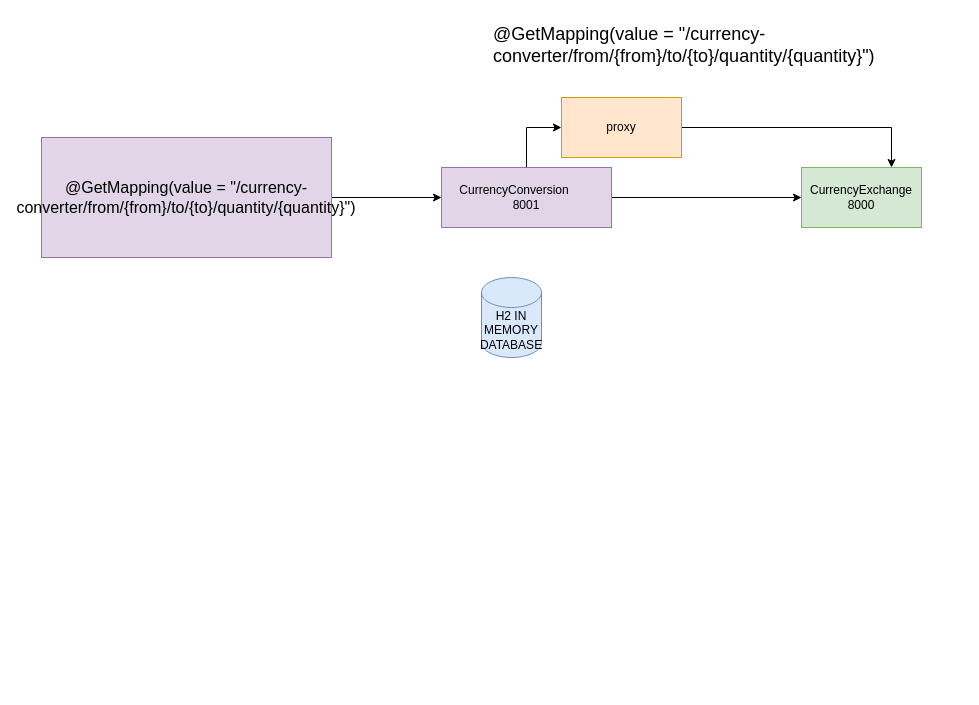
Above: page "COORDINATING MICROSERVICES" (2 of 2) of diagrams/aws-microservices.drawio in ASC17JU2024/ASCGITHUB (draw.io), before the change. Source tidied: cells renumbered, new cells numbered last; positions are measured from the earlier drawing's top-left corner, leaving out a move shared by most shapes. Both pictures are drawn from the tidied source at 100%, with x=0, y=0 at pixel (41, 17).
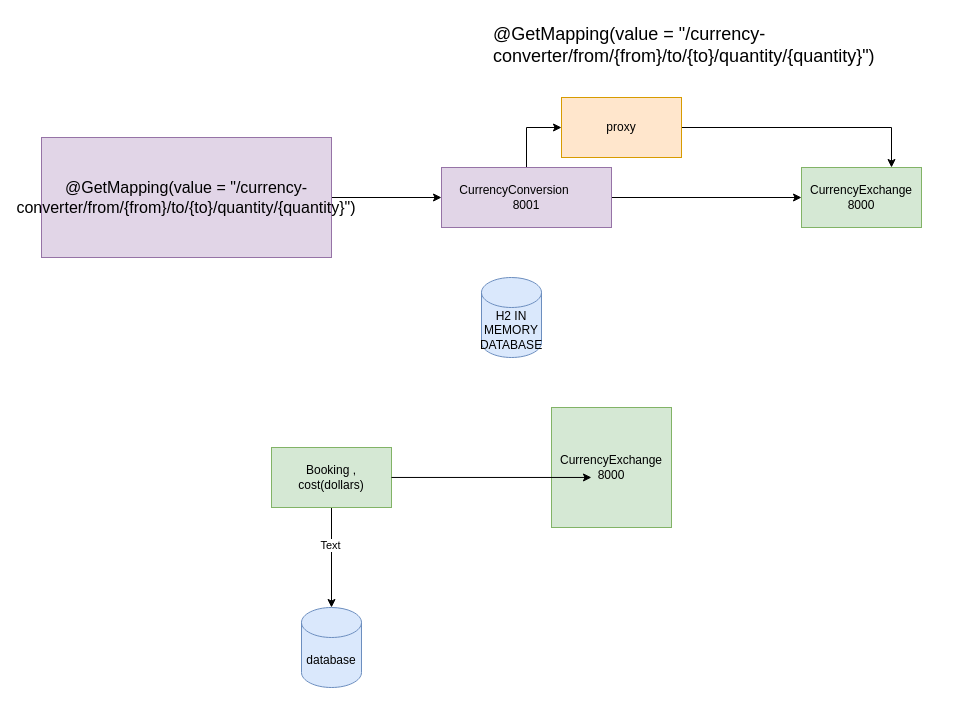
The same page after the edit.

Diff of the diagram source:
```diff
@@
 <mxGraphModel>
   <root>
     <mxCell id="0" />
     <mxCell id="1" parent="0" />
     <mxCell id="2" style="edgeStyle=orthogonalEdgeStyle;rounded=0;jettySize=auto;html=1;" parent="1" edge="1" source="4" target="5">
       <mxGeometry relative="1" as="geometry" />
     </mxCell>
     <mxCell id="3" style="edgeStyle=orthogonalEdgeStyle;rounded=0;jettySize=auto;html=1;entryX=0;entryY=0.5;entryDx=0;entryDy=0;" parent="1" edge="1" source="4" target="8">
       <mxGeometry relative="1" as="geometry" />
     </mxCell>
     <mxCell id="4" value="CurrencyConversion&lt;span style=&quot;white-space: pre;&quot;&gt;&#9;&lt;/span&gt;&lt;div&gt;8001&lt;/div&gt;" style="rounded=0;whiteSpace=wrap;html=1;fillColor=#e1d5e7;strokeColor=#9673a6;" parent="1" vertex="1">
       <mxGeometry x="400" y="150" width="170" height="60" as="geometry" />
     </mxCell>
     <mxCell id="5" value="CurrencyExchange&lt;div&gt;8000&lt;/div&gt;" style="rounded=0;whiteSpace=wrap;html=1;fillColor=#d5e8d4;strokeColor=#82b366;" parent="1" vertex="1">
       <mxGeometry x="760" y="150" width="120" height="60" as="geometry" />
     </mxCell>
     <mxCell id="6" value="H2 IN MEMORY DATABASE" style="shape=cylinder3;whiteSpace=wrap;html=1;boundedLbl=1;backgroundOutline=1;size=15;fillColor=#dae8fc;strokeColor=#6c8ebf;" parent="1" vertex="1">
       <mxGeometry x="440" y="260" width="60" height="80" as="geometry" />
     </mxCell>
     <mxCell id="7" style="edgeStyle=orthogonalEdgeStyle;rounded=0;jettySize=auto;html=1;entryX=0.75;entryY=0;entryDx=0;entryDy=0;" parent="1" edge="1" source="8" target="5">
       <mxGeometry relative="1" as="geometry" />
     </mxCell>
     <mxCell id="8" value="proxy" style="rounded=0;whiteSpace=wrap;html=1;fillColor=#ffe6cc;strokeColor=#d79b00;" parent="1" vertex="1">
       <mxGeometry x="520" y="80" width="120" height="60" as="geometry" />
     </mxCell>
     <mxCell id="9" style="edgeStyle=orthogonalEdgeStyle;rounded=0;jettySize=auto;html=1;" parent="1" edge="1" source="10" target="4">
       <mxGeometry relative="1" as="geometry" />
     </mxCell>
     <mxCell id="10" value="@GetMapping(value = &quot;/currency-converter/from/{from}/to/{to}/quantity/{quantity}&quot;)" style="rounded=0;whiteSpace=wrap;html=1;fillColor=#e1d5e7;strokeColor=#9673a6;fontSize=16;" parent="1" vertex="1">
       <mxGeometry y="120" width="290" height="120" as="geometry" />
     </mxCell>
     <mxCell id="11" value="@GetMapping(value = &quot;/currency-converter/from/{from}/to/{to}/quantity/{quantity}&quot;)" style="text;whiteSpace=wrap;fontSize=18;" parent="1" vertex="1">
       <mxGeometry x="450" width="470" height="40" as="geometry" />
     </mxCell>
+    <mxCell id="12" value="CurrencyExchange&lt;div&gt;8000&lt;/div&gt;" style="rounded=0;whiteSpace=wrap;html=1;fillColor=#d5e8d4;strokeColor=#82b366;" parent="1" vertex="1">
+      <mxGeometry x="510" y="390" width="120" height="120" as="geometry" />
+    </mxCell>
+    <mxCell id="13" style="edgeStyle=orthogonalEdgeStyle;rounded=0;jettySize=auto;html=1;" parent="1" edge="1" source="15" target="16">
+      <mxGeometry relative="1" as="geometry" />
+    </mxCell>
+    <mxCell id="14" value="Text" style="edgeLabel;html=1;align=center;verticalAlign=middle;" parent="13" vertex="1">
+      <mxGeometry x="-0.27" y="-2" relative="1" as="geometry" />
+    </mxCell>
+    <mxCell id="15" value="Booking , cost(dollars)" style="rounded=0;whiteSpace=wrap;html=1;fillColor=#d5e8d4;strokeColor=#82b366;" parent="1" vertex="1">
+      <mxGeometry x="230" y="430" width="120" height="60" as="geometry" />
+    </mxCell>
+    <mxCell id="16" value="database" style="shape=cylinder3;whiteSpace=wrap;html=1;boundedLbl=1;backgroundOutline=1;size=15;fillColor=#dae8fc;strokeColor=#6c8ebf;" parent="1" vertex="1">
+      <mxGeometry x="260" y="590" width="60" height="80" as="geometry" />
+    </mxCell>
+    <mxCell id="17" style="edgeStyle=orthogonalEdgeStyle;rounded=0;jettySize=auto;html=1;entryX=0.333;entryY=0.583;entryDx=0;entryDy=0;entryPerimeter=0;" parent="1" edge="1" source="15" target="12">
+      <mxGeometry relative="1" as="geometry" />
+    </mxCell>
   </root>
 </mxGraphModel>
```
